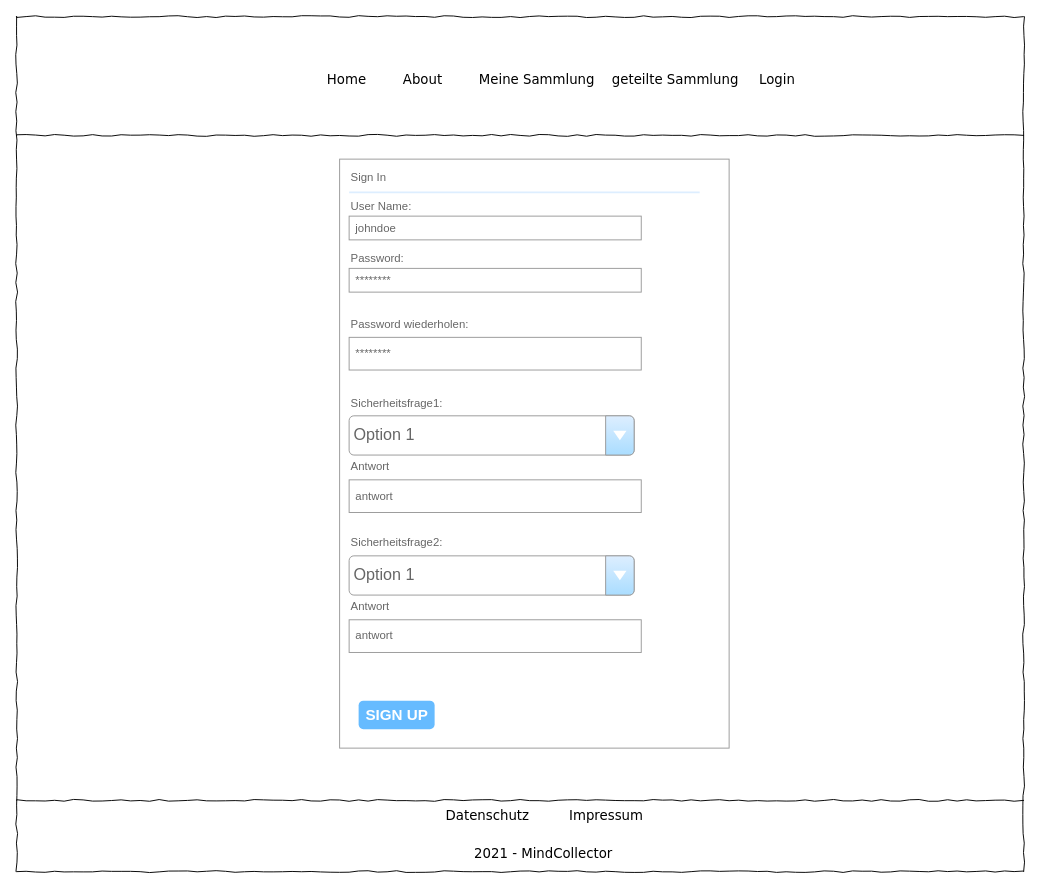
Earlier version of the draw.io diagram page "SignUp" (5 of 10) of Mockup/mockups.drawio (MindCollector-Softwareprojekt2021/MindCollector). Source tidied: cells renumbered, new cells numbered last; positions are measured from the earlier drawing's top-left corner, leaving out a move shared by most shapes. Both pictures are drawn from the tidied source at 95%, with x=0, y=0 at pixel (16, 16).
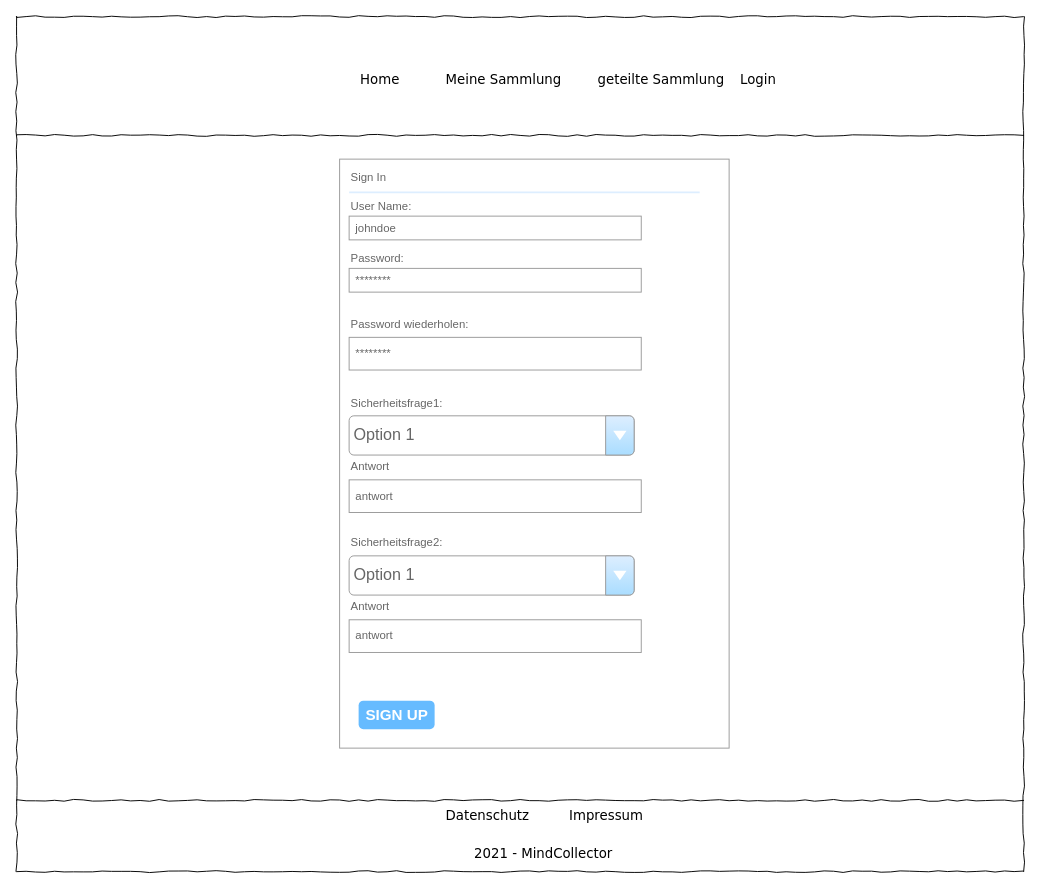
Above is the later version.

Diff of the diagram source:
```diff
@@
     <mxCell id="3" value="Home" style="text;html=1;align=left;verticalAlign=top;spacingTop=-4;fontSize=14;fontFamily=Verdana;" parent="1" vertex="1">
-      <mxGeometry x="325" y="55" width="60" height="20" as="geometry" />
+      <mxGeometry x="360" y="55" width="60" height="20" as="geometry" />
     </mxCell>
-    <mxCell id="4" value="About" style="text;html=1;align=left;verticalAlign=top;spacingTop=-4;fontSize=14;fontFamily=Verdana;" parent="1" vertex="1">
-      <mxGeometry x="405" y="55" width="60" height="20" as="geometry" />
-    </mxCell>
     <mxCell id="5" value="Meine Sammlung" style="text;html=1;align=left;verticalAlign=top;spacingTop=-4;fontSize=14;fontFamily=Verdana;" parent="1" vertex="1">
-      <mxGeometry x="485" y="55" width="90" height="20" as="geometry" />
+      <mxGeometry x="450" y="55" width="90" height="20" as="geometry" />
     </mxCell>
@@
     <mxCell id="11" value="geteilte Sammlung" style="text;html=1;align=left;verticalAlign=top;spacingTop=-4;fontSize=14;fontFamily=Verdana;" parent="1" vertex="1">
-      <mxGeometry x="625" y="55" width="90" height="20" as="geometry" />
+      <mxGeometry x="610" y="55" width="90" height="20" as="geometry" />
     </mxCell>
     <mxCell id="12" value="Login" style="text;html=1;align=left;verticalAlign=top;spacingTop=-4;fontSize=14;fontFamily=Verdana;" parent="1" vertex="1">
-      <mxGeometry x="780" y="55" width="90" height="20" as="geometry" />
+      <mxGeometry x="760" y="55" width="90" height="20" as="geometry" />
     </mxCell>
```
